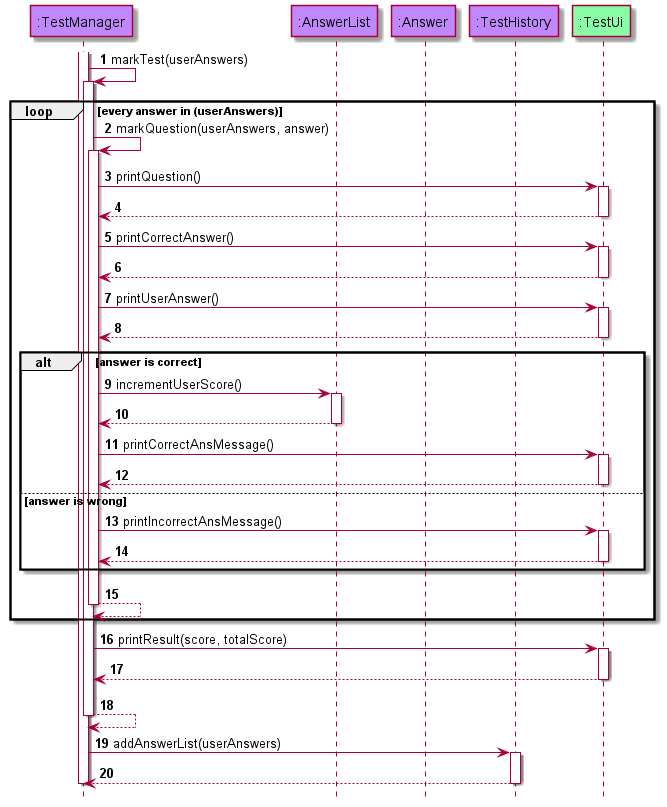
Before: docs/assets/markTestSequenceDiagram.png, a diagram exported from PlantUML (xkisxk/tp).
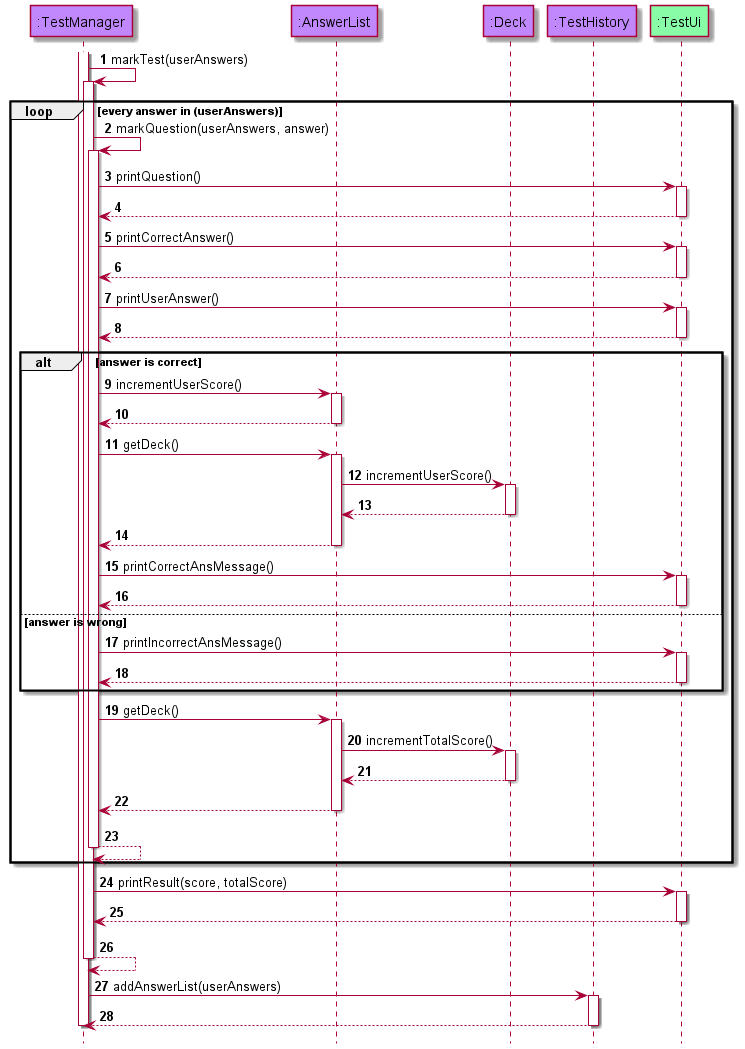
The same diagram one commit later.

Diff of the diagram source:
```diff
@@ -5,7 +5,7 @@
 
 participant ":TestManager" as TestManager modelCOLOUR
 participant ":AnswerList" as AnswerList modelCOLOUR
-participant ":Answer" as Answer modelCOLOUR
+participant ":Deck" as Deck modelCOLOUR
 participant ":TestHistory" as TestHistory modelCOLOUR
 participant ":TestUi" as TestUi uiCOLOUR
 
@@ -40,16 +40,35 @@
 AnswerList --> TestManager
 deactivate AnswerList
 
+TestManager -> AnswerList : getDeck()
+activate AnswerList
+AnswerList -> Deck : incrementUserScore()
+activate Deck
+Deck --> AnswerList
+deactivate Deck
+AnswerList --> TestManager
+deactivate AnswerList
+
 TestManager -> TestUi : printCorrectAnsMessage()
 activate TestUi
 TestUi --> TestManager
 deactivate TestUi
+
 else answer is wrong
 TestManager -> TestUi : printIncorrectAnsMessage()
 activate TestUi
 TestUi --> TestManager
 deactivate TestUi
 end
+
+TestManager -> AnswerList : getDeck()
+activate AnswerList
+AnswerList -> Deck : incrementTotalScore()
+activate Deck
+Deck --> AnswerList
+deactivate Deck
+AnswerList --> TestManager
+deactivate AnswerList
 
 TestManager --> TestManager
 deactivate TestManager
```
